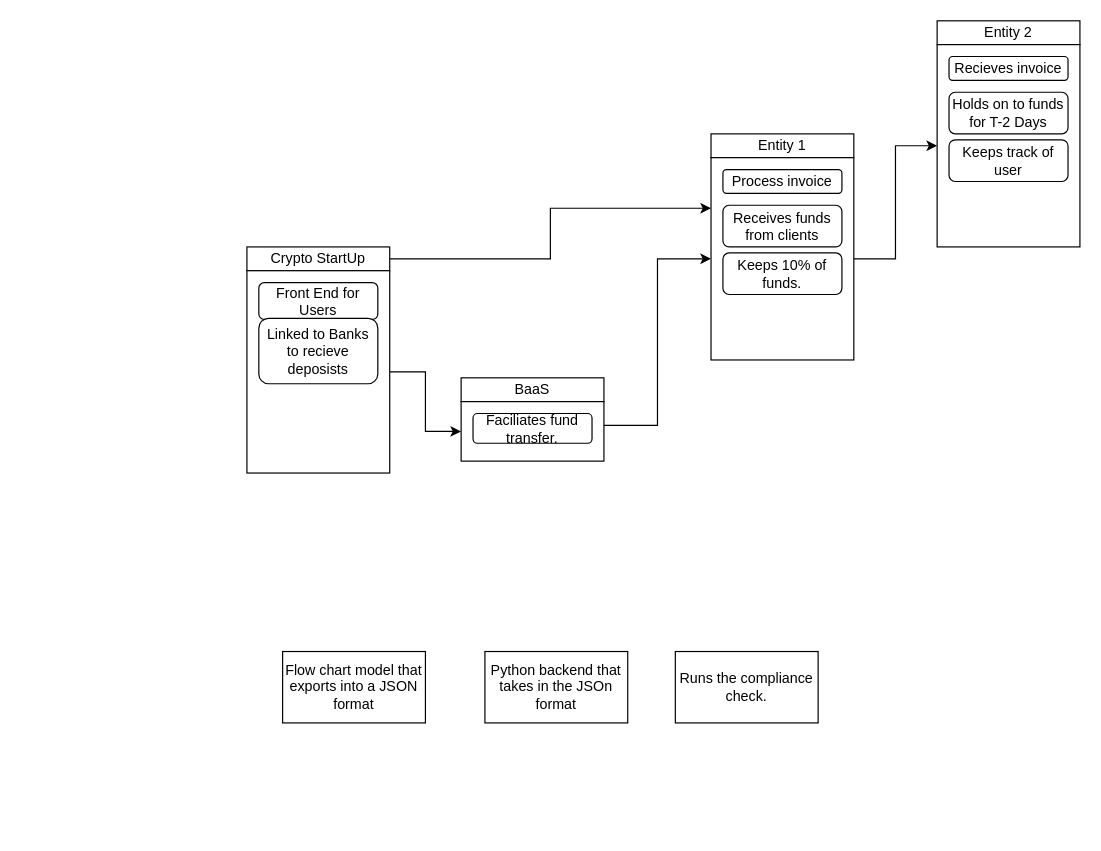
Earlier version of the draw.io diagram images/styleFrame1.drawio (peek00/ellipsisTechHack2022). Source tidied: cells renumbered, new cells numbered last; positions are measured from the earlier drawing's top-left corner, leaving out a move shared by most shapes. Both pictures are drawn from the tidied source at 119%, with x=0, y=0 at pixel (246, 20).
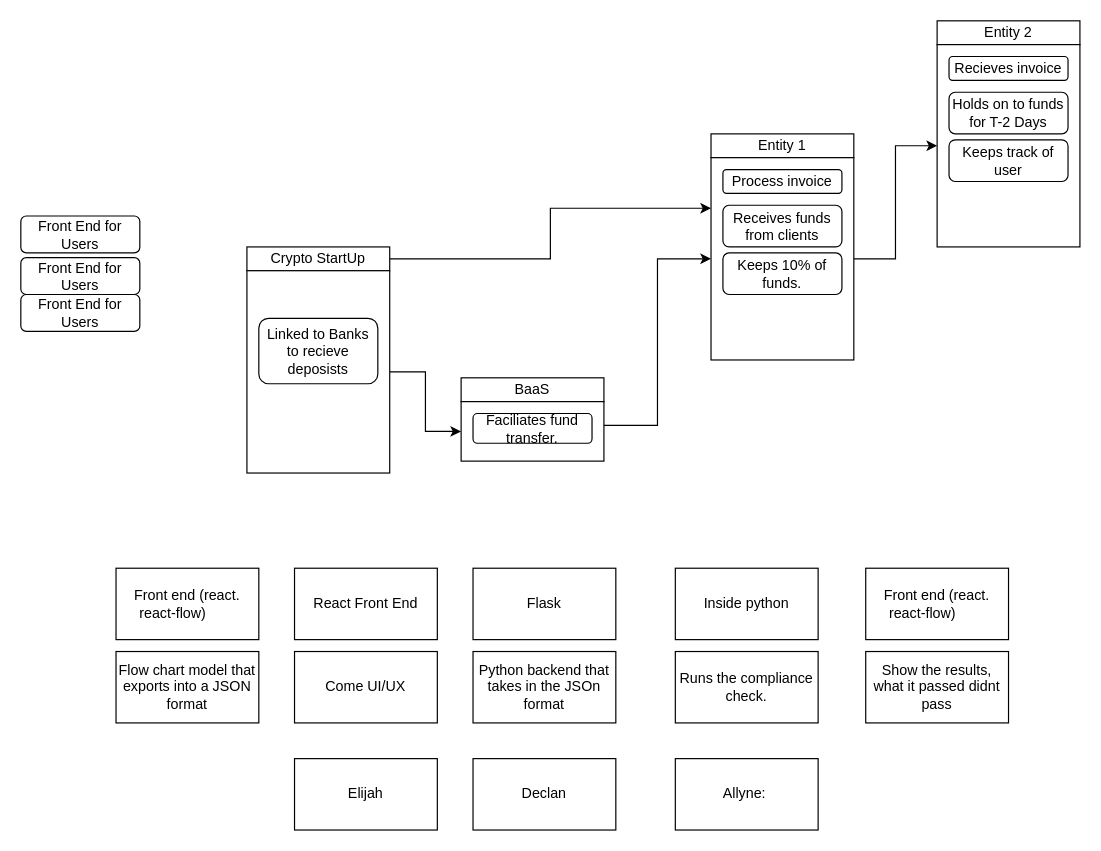
After the change.

The edit, as a diff of the source:
```diff
@@
     <mxCell id="17" value="Front End for Users" style="rounded=1;whiteSpace=wrap;html=1;" parent="1" vertex="1">
-      <mxGeometry x="10" y="220" width="100" height="31" as="geometry" />
+      <mxGeometry x="-190" y="164" width="100" height="31" as="geometry" />
     </mxCell>
@@
     <mxCell id="23" value="Flow chart model that exports into a JSON format" style="rounded=0;whiteSpace=wrap;html=1;" parent="1" vertex="1">
-      <mxGeometry x="30" y="530" width="120" height="60" as="geometry" />
+      <mxGeometry x="-110" y="530" width="120" height="60" as="geometry" />
     </mxCell>
     <mxCell id="24" value="Python backend that takes in the JSOn format" style="rounded=0;whiteSpace=wrap;html=1;" parent="1" vertex="1">
-      <mxGeometry x="200" y="530" width="120" height="60" as="geometry" />
+      <mxGeometry x="190" y="530" width="120" height="60" as="geometry" />
     </mxCell>
@@
+    <mxCell id="26" value="Front End for Users" style="rounded=1;whiteSpace=wrap;html=1;" parent="1" vertex="1">
+      <mxGeometry x="-190" y="199" width="100" height="31" as="geometry" />
+    </mxCell>
+    <mxCell id="27" value="Front End for Users" style="rounded=1;whiteSpace=wrap;html=1;" parent="1" vertex="1">
+      <mxGeometry x="-190" y="230" width="100" height="31" as="geometry" />
+    </mxCell>
+    <mxCell id="28" value="Front end (react. react-flow)&lt;span style=&quot;white-space: pre;&quot;&gt;&#9;&lt;/span&gt;" style="rounded=0;whiteSpace=wrap;html=1;" parent="1" vertex="1">
+      <mxGeometry x="-110" y="460" width="120" height="60" as="geometry" />
+    </mxCell>
+    <mxCell id="29" value="Flask" style="rounded=0;whiteSpace=wrap;html=1;" parent="1" vertex="1">
+      <mxGeometry x="190" y="460" width="120" height="60" as="geometry" />
+    </mxCell>
+    <mxCell id="30" value="Inside python" style="rounded=0;whiteSpace=wrap;html=1;" parent="1" vertex="1">
+      <mxGeometry x="360" y="460" width="120" height="60" as="geometry" />
+    </mxCell>
+    <mxCell id="31" value="Show the results, what it passed didnt pass" style="rounded=0;whiteSpace=wrap;html=1;" parent="1" vertex="1">
+      <mxGeometry x="520" y="530" width="120" height="60" as="geometry" />
+    </mxCell>
+    <mxCell id="32" value="Front end (react. react-flow)&lt;span style=&quot;white-space: pre;&quot;&gt;&#9;&lt;/span&gt;" style="rounded=0;whiteSpace=wrap;html=1;" parent="1" vertex="1">
+      <mxGeometry x="520" y="460" width="120" height="60" as="geometry" />
+    </mxCell>
+    <mxCell id="33" value="Declan" style="rounded=0;whiteSpace=wrap;html=1;" parent="1" vertex="1">
+      <mxGeometry x="190" y="620" width="120" height="60" as="geometry" />
+    </mxCell>
+    <mxCell id="34" value="Allyne:&amp;nbsp;" style="rounded=0;whiteSpace=wrap;html=1;" parent="1" vertex="1">
+      <mxGeometry x="360" y="620" width="120" height="60" as="geometry" />
+    </mxCell>
+    <mxCell id="35" value="React Front End" style="rounded=0;whiteSpace=wrap;html=1;" parent="1" vertex="1">
+      <mxGeometry x="40" y="460" width="120" height="60" as="geometry" />
+    </mxCell>
+    <mxCell id="36" value="Come UI/UX" style="rounded=0;whiteSpace=wrap;html=1;" parent="1" vertex="1">
+      <mxGeometry x="40" y="530" width="120" height="60" as="geometry" />
+    </mxCell>
+    <mxCell id="37" value="Elijah" style="rounded=0;whiteSpace=wrap;html=1;" parent="1" vertex="1">
+      <mxGeometry x="40" y="620" width="120" height="60" as="geometry" />
+    </mxCell>
```
